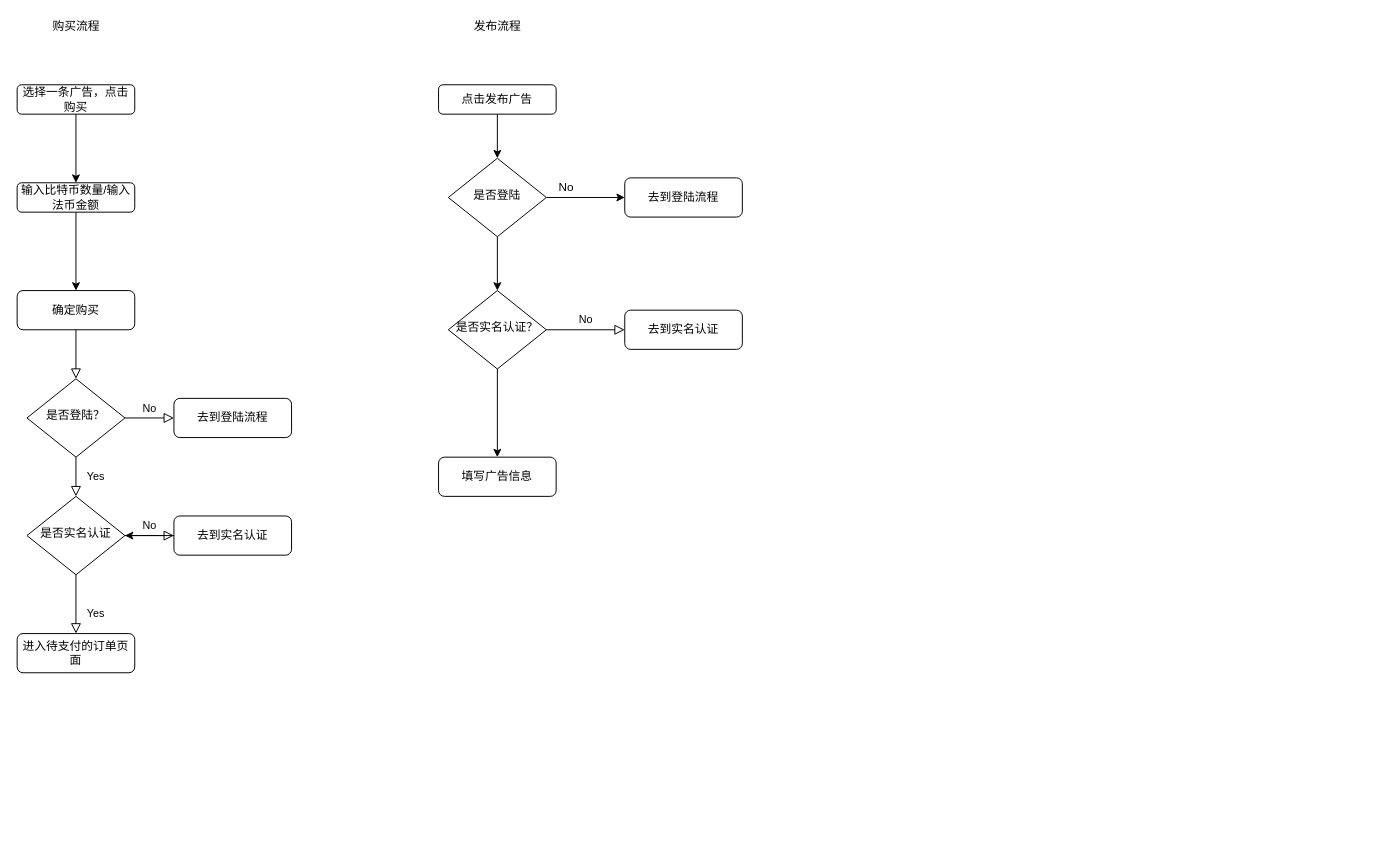
Above: Untitled Diagram.drawio in lyleLH/tempImages (draw.io), before the change. Source tidied: cells renumbered, new cells numbered last; positions are measured from the earlier drawing's top-left corner, leaving out a move shared by most shapes. Both pictures are drawn from the tidied source at 98%, with x=0, y=0 at pixel (17, 17).
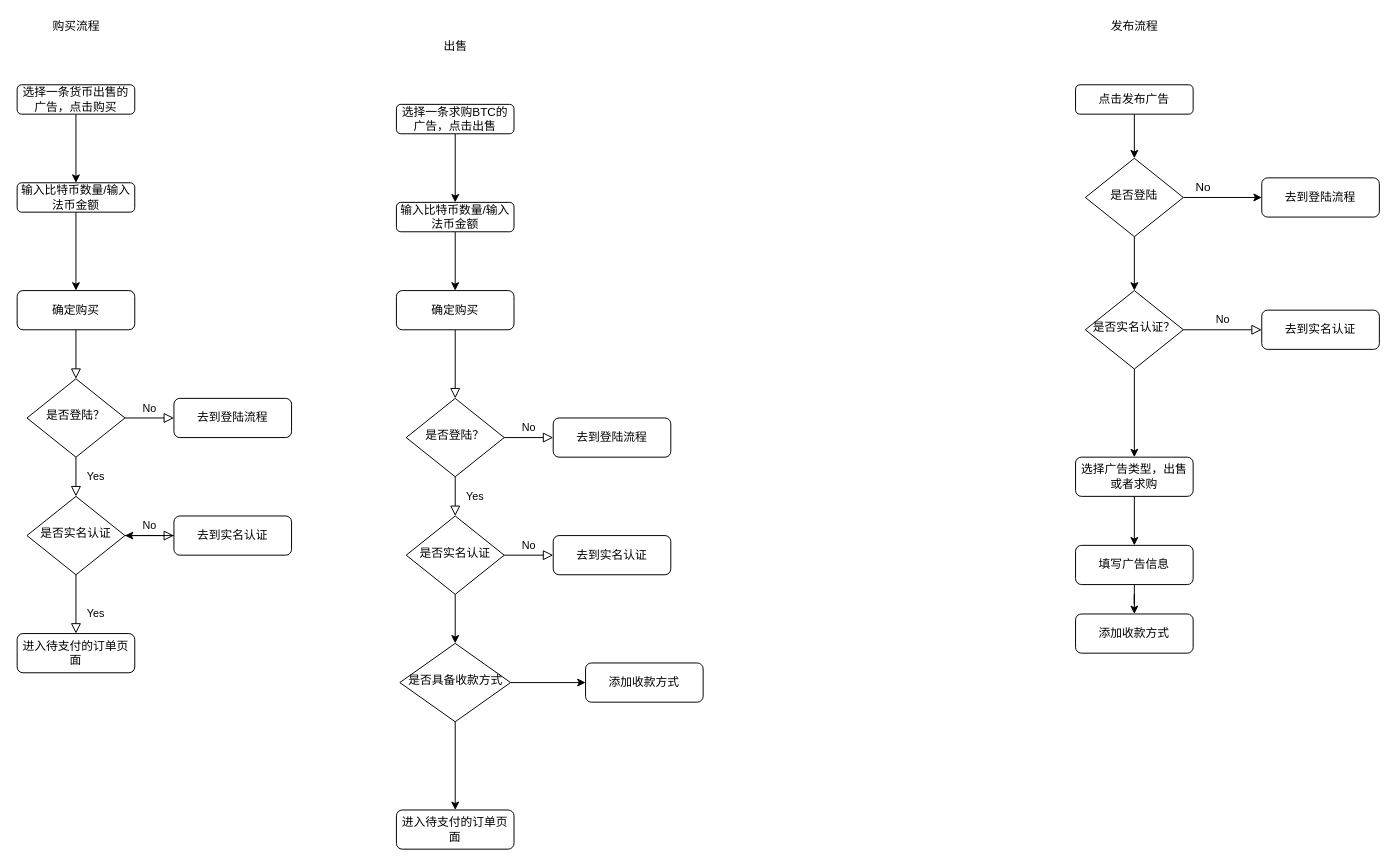
The same page after the edit.

Diff of the diagram source:
```diff
@@
-    <mxCell id="17" value="选择一条广告，点击购买" style="rounded=1;whiteSpace=wrap;html=1;fontSize=12;glass=0;strokeWidth=1;shadow=0;" parent="1" vertex="1">
+    <mxCell id="17" value="选择一条货币出售的广告，点击购买" style="rounded=1;whiteSpace=wrap;html=1;fontSize=12;glass=0;strokeWidth=1;shadow=0;" parent="1" vertex="1">
       <mxGeometry y="69" width="120" height="30" as="geometry" />
     </mxCell>
@@
     <mxCell id="20" value="是否实名认证？" style="rhombus;whiteSpace=wrap;html=1;shadow=0;fontFamily=Helvetica;fontSize=12;align=center;strokeWidth=1;spacing=6;spacingTop=-4;" parent="1" vertex="1">
-      <mxGeometry x="440" y="279" width="100" height="80" as="geometry" />
+      <mxGeometry x="1090" y="279" width="100" height="80" as="geometry" />
     </mxCell>
     <mxCell id="21" value="去到实名认证" style="rounded=1;whiteSpace=wrap;html=1;fontSize=12;glass=0;strokeWidth=1;shadow=0;" parent="1" vertex="1">
-      <mxGeometry x="620" y="299" width="120" height="40" as="geometry" />
+      <mxGeometry x="1270" y="299" width="120" height="40" as="geometry" />
     </mxCell>
@@
     <mxCell id="23" value="点击发布广告" style="rounded=1;whiteSpace=wrap;html=1;fontSize=12;glass=0;strokeWidth=1;shadow=0;" parent="1" vertex="1">
-      <mxGeometry x="430" y="69" width="120" height="30" as="geometry" />
+      <mxGeometry x="1080" y="69" width="120" height="30" as="geometry" />
     </mxCell>
@@
     <mxCell id="25" value="发布流程" style="text;html=1;align=center;verticalAlign=middle;" parent="1" vertex="1">
-      <mxGeometry x="460" width="60" height="20" as="geometry" />
+      <mxGeometry x="1110" width="60" height="20" as="geometry" />
     </mxCell>
@@
     <mxCell id="28" value="是否登陆" style="rhombus;whiteSpace=wrap;html=1;shadow=0;fontFamily=Helvetica;fontSize=12;align=center;strokeWidth=1;spacing=6;spacingTop=-4;" parent="1" vertex="1">
-      <mxGeometry x="440" y="144" width="100" height="80" as="geometry" />
+      <mxGeometry x="1090" y="144" width="100" height="80" as="geometry" />
     </mxCell>
     <mxCell id="29" value="去到登陆流程" style="rounded=1;whiteSpace=wrap;html=1;fontSize=12;glass=0;strokeWidth=1;shadow=0;" parent="1" vertex="1">
-      <mxGeometry x="620" y="164" width="120" height="40" as="geometry" />
+      <mxGeometry x="1270" y="164" width="120" height="40" as="geometry" />
     </mxCell>
+    <mxCell id="32" style="edgeStyle=orthogonalEdgeStyle;rounded=0;jettySize=auto;html=1;entryX=0.5;entryY=0;entryDx=0;entryDy=0;" parent="1" edge="1" source="30" target="34">
+      <mxGeometry relative="1" as="geometry" />
+    </mxCell>
-    <mxCell id="30" value="填写广告信息" style="rounded=1;whiteSpace=wrap;html=1;fontSize=12;glass=0;strokeWidth=1;shadow=0;" parent="1" vertex="1">
-      <mxGeometry x="430" y="449" width="120" height="40" as="geometry" />
+    <mxCell id="30" value="选择广告类型，出售或者求购" style="rounded=1;whiteSpace=wrap;html=1;fontSize=12;glass=0;strokeWidth=1;shadow=0;" parent="1" vertex="1">
+      <mxGeometry x="1080" y="449" width="120" height="40" as="geometry" />
     </mxCell>
     <mxCell id="31" value="No" style="text;html=1;align=center;verticalAlign=middle;" parent="1" vertex="1">
-      <mxGeometry x="545" y="164" width="30" height="20" as="geometry" />
+      <mxGeometry x="1195" y="164" width="30" height="20" as="geometry" />
     </mxCell>
+    <mxCell id="33" style="edgeStyle=orthogonalEdgeStyle;rounded=0;jettySize=auto;html=1;" parent="1" edge="1" source="34" target="55">
+      <mxGeometry relative="1" as="geometry" />
+    </mxCell>
+    <mxCell id="34" value="填写广告信息" style="rounded=1;whiteSpace=wrap;html=1;fontSize=12;glass=0;strokeWidth=1;shadow=0;" parent="1" vertex="1">
+      <mxGeometry x="1080" y="539" width="120" height="40" as="geometry" />
+    </mxCell>
+    <mxCell id="35" style="rounded=0;html=1;jettySize=auto;fontSize=11;endArrow=block;endFill=0;endSize=8;strokeWidth=1;shadow=0;labelBackgroundColor=none;edgeStyle=orthogonalEdgeStyle;" parent="1" edge="1" source="36" target="39">
+      <mxGeometry relative="1" as="geometry" />
+    </mxCell>
+    <mxCell id="36" value="确定购买" style="rounded=1;whiteSpace=wrap;html=1;fontSize=12;glass=0;strokeWidth=1;shadow=0;" parent="1" vertex="1">
+      <mxGeometry x="387" y="279" width="120" height="40" as="geometry" />
+    </mxCell>
+    <mxCell id="37" value="Yes" style="rounded=0;html=1;jettySize=auto;fontSize=11;endArrow=block;endFill=0;endSize=8;strokeWidth=1;shadow=0;labelBackgroundColor=none;edgeStyle=orthogonalEdgeStyle;" parent="1" edge="1" source="39" target="43">
+      <mxGeometry y="20" relative="1" as="geometry" />
+    </mxCell>
+    <mxCell id="38" value="No" style="edgeStyle=orthogonalEdgeStyle;rounded=0;html=1;jettySize=auto;fontSize=11;endArrow=block;endFill=0;endSize=8;strokeWidth=1;shadow=0;labelBackgroundColor=none;" parent="1" edge="1" source="39" target="40">
+      <mxGeometry y="10" relative="1" as="geometry" />
+    </mxCell>
+    <mxCell id="39" value="是否登陆？" style="rhombus;whiteSpace=wrap;html=1;shadow=0;fontFamily=Helvetica;fontSize=12;align=center;strokeWidth=1;spacing=6;spacingTop=-4;" parent="1" vertex="1">
+      <mxGeometry x="397" y="389" width="100" height="80" as="geometry" />
+    </mxCell>
+    <mxCell id="40" value="去到登陆流程" style="rounded=1;whiteSpace=wrap;html=1;fontSize=12;glass=0;strokeWidth=1;shadow=0;" parent="1" vertex="1">
+      <mxGeometry x="547" y="409" width="120" height="40" as="geometry" />
+    </mxCell>
+    <mxCell id="41" value="No" style="edgeStyle=orthogonalEdgeStyle;rounded=0;html=1;jettySize=auto;fontSize=11;endArrow=block;endFill=0;endSize=8;strokeWidth=1;shadow=0;labelBackgroundColor=none;" parent="1" edge="1" source="43" target="45">
+      <mxGeometry y="10" relative="1" as="geometry" />
+    </mxCell>
+    <mxCell id="42" style="edgeStyle=orthogonalEdgeStyle;rounded=0;jettySize=auto;html=1;entryX=0.5;entryY=0;entryDx=0;entryDy=0;" parent="1" edge="1" source="43" target="53">
+      <mxGeometry relative="1" as="geometry" />
+    </mxCell>
+    <mxCell id="43" value="是否实名认证" style="rhombus;whiteSpace=wrap;html=1;shadow=0;fontFamily=Helvetica;fontSize=12;align=center;strokeWidth=1;spacing=6;spacingTop=-4;" parent="1" vertex="1">
+      <mxGeometry x="397" y="509" width="100" height="80" as="geometry" />
+    </mxCell>
+    <mxCell id="44" value="进入待支付的订单页面" style="rounded=1;whiteSpace=wrap;html=1;fontSize=12;glass=0;strokeWidth=1;shadow=0;" parent="1" vertex="1">
+      <mxGeometry x="387" y="809" width="120" height="40" as="geometry" />
+    </mxCell>
+    <mxCell id="45" value="去到实名认证" style="rounded=1;whiteSpace=wrap;html=1;fontSize=12;glass=0;strokeWidth=1;shadow=0;" parent="1" vertex="1">
+      <mxGeometry x="547" y="529" width="120" height="40" as="geometry" />
+    </mxCell>
+    <mxCell id="46" style="edgeStyle=orthogonalEdgeStyle;rounded=0;jettySize=auto;html=1;" parent="1" edge="1" source="47" target="36">
+      <mxGeometry relative="1" as="geometry" />
+    </mxCell>
+    <mxCell id="47" value="输入比特币数量/输入法币金额" style="rounded=1;whiteSpace=wrap;html=1;fontSize=12;glass=0;strokeWidth=1;shadow=0;" parent="1" vertex="1">
+      <mxGeometry x="387" y="189" width="120" height="30" as="geometry" />
+    </mxCell>
+    <mxCell id="48" style="edgeStyle=orthogonalEdgeStyle;rounded=0;jettySize=auto;html=1;entryX=0.5;entryY=0;entryDx=0;entryDy=0;" parent="1" edge="1" source="49" target="47">
+      <mxGeometry relative="1" as="geometry" />
+    </mxCell>
+    <mxCell id="49" value="选择一条求购BTC的广告，点击出售" style="rounded=1;whiteSpace=wrap;html=1;fontSize=12;glass=0;strokeWidth=1;shadow=0;" parent="1" vertex="1">
+      <mxGeometry x="387" y="89" width="120" height="30" as="geometry" />
+    </mxCell>
+    <mxCell id="50" value="出售" style="text;html=1;align=center;verticalAlign=middle;" parent="1" vertex="1">
+      <mxGeometry x="427" y="20" width="40" height="20" as="geometry" />
+    </mxCell>
+    <mxCell id="51" style="edgeStyle=orthogonalEdgeStyle;rounded=0;jettySize=auto;html=1;" parent="1" edge="1" source="53" target="44">
+      <mxGeometry relative="1" as="geometry" />
+    </mxCell>
+    <mxCell id="52" style="edgeStyle=orthogonalEdgeStyle;rounded=0;jettySize=auto;html=1;" parent="1" edge="1" source="53" target="54">
+      <mxGeometry relative="1" as="geometry" />
+    </mxCell>
+    <mxCell id="53" value="是否具备收款方式" style="rhombus;whiteSpace=wrap;html=1;shadow=0;fontFamily=Helvetica;fontSize=12;align=center;strokeWidth=1;spacing=6;spacingTop=-4;" parent="1" vertex="1">
+      <mxGeometry x="390.5" y="639" width="113" height="80" as="geometry" />
+    </mxCell>
+    <mxCell id="54" value="添加收款方式" style="rounded=1;whiteSpace=wrap;html=1;fontSize=12;glass=0;strokeWidth=1;shadow=0;" parent="1" vertex="1">
+      <mxGeometry x="580" y="659" width="120" height="40" as="geometry" />
+    </mxCell>
+    <mxCell id="55" value="添加收款方式" style="rounded=1;whiteSpace=wrap;html=1;fontSize=12;glass=0;strokeWidth=1;shadow=0;" parent="1" vertex="1">
+      <mxGeometry x="1080" y="609" width="120" height="40" as="geometry" />
+    </mxCell>
```
